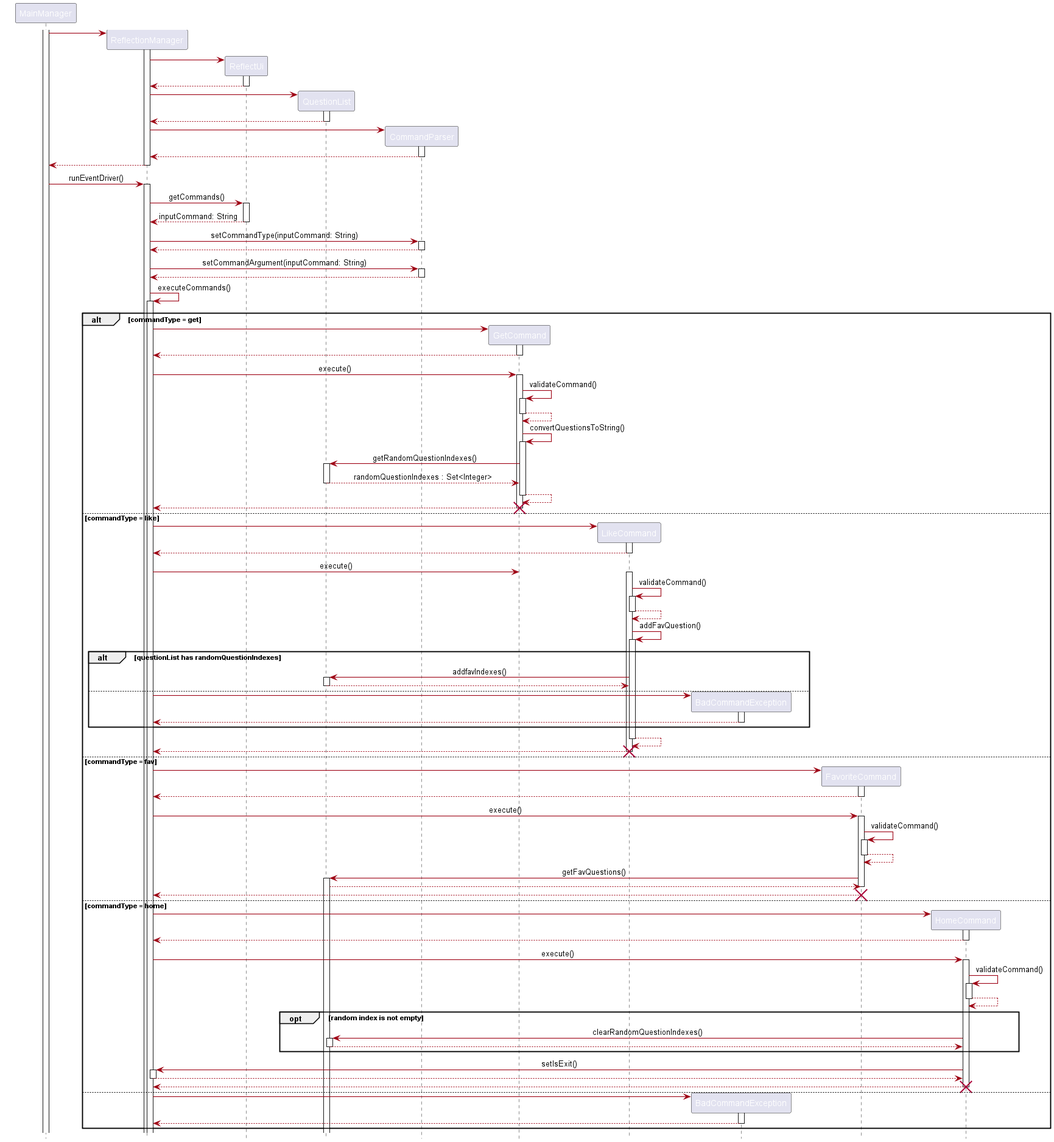
The PlantUML diagram docs/diagrams/ReflectionSequenceDiagram.png in wenxin-c/tp, before a commit. Its diagram source:
```plantuml
@startuml
!include style.puml
skinparam arrowThickness 1.1
skinparam arrowColor MODEL_COLOR
skinparam classBackgroundColor MODEL_COLOR
hide footbox

activate MainManager

create ReflectionManager
MainManager -> ReflectionManager
activate ReflectionManager

create ReflectUi
ReflectionManager -> ReflectUi
activate ReflectUi
ReflectUi --> ReflectionManager
deactivate ReflectUi

create QuestionList
ReflectionManager -> QuestionList
activate QuestionList
QuestionList --> ReflectionManager
deactivate QuestionList

create CommandParser
ReflectionManager -> CommandParser
activate CommandParser
CommandParser --> ReflectionManager
deactivate CommandParser

ReflectionManager --> MainManager
deactivate ReflectionManager

MainManager -> ReflectionManager : runEventDriver()
activate ReflectionManager

ReflectionManager -> ReflectUi : getCommands()
activate ReflectUi
ReflectUi --> ReflectionManager : inputCommand: String
deactivate ReflectUi

ReflectionManager -> CommandParser : setCommandType(inputCommand: String)
activate CommandParser
CommandParser --> ReflectionManager
deactivate CommandParser

ReflectionManager -> CommandParser : setCommandArgument(inputCommand: String)
activate CommandParser
CommandParser --> ReflectionManager
deactivate CommandParser

ReflectionManager -> ReflectionManager : executeCommands()
activate ReflectionManager
    alt commandType = get
        create GetCommand
        ReflectionManager -> GetCommand
        activate GetCommand
        GetCommand --> ReflectionManager
        deactivate GetCommand

        ReflectionManager -> GetCommand : execute()
        activate GetCommand
        GetCommand -> GetCommand : validateCommand()
        activate GetCommand
        GetCommand --> GetCommand
        deactivate GetCommand
        GetCommand -> GetCommand : convertQuestionsToString()
        activate GetCommand
            GetCommand -> QuestionList : getRandomQuestionIndexes()
            activate QuestionList
            QuestionList --> GetCommand : randomQuestionIndexes : Set<Integer>
            deactivate QuestionList
        GetCommand --> GetCommand
        deactivate GetCommand

        GetCommand --> ReflectionManager
        deactivate GetCommand
        destroy GetCommand

    else commandType = like
        create LikeCommand
        ReflectionManager -> LikeCommand
        activate LikeCommand
        LikeCommand --> ReflectionManager
        deactivate LikeCommand

        ReflectionManager -> GetCommand : execute()
        activate LikeCommand
        LikeCommand -> LikeCommand : validateCommand()
        activate LikeCommand
        LikeCommand --> LikeCommand
        deactivate LikeCommand
        LikeCommand -> LikeCommand : addFavQuestion()
        activate LikeCommand
            alt questionList has randomQuestionIndexes
                LikeCommand -> QuestionList : addfavIndexes()
                activate QuestionList
                QuestionList --> LikeCommand
                deactivate QuestionList
            else
                create BadCommandException
                ReflectionManager -> BadCommandException
                activate BadCommandException
                BadCommandException --> ReflectionManager
                deactivate BadCommandException
            end
        LikeCommand --> LikeCommand
        deactivate LikeCommand

        LikeCommand --> ReflectionManager
        deactivate LikeCommand
        destroy LikeCommand

    else commandType = fav
        create FavoriteCommand
        ReflectionManager -> FavoriteCommand
        activate FavoriteCommand
        FavoriteCommand --> ReflectionManager
        deactivate FavoriteCommand

        ReflectionManager -> FavoriteCommand : execute()
        activate FavoriteCommand
        FavoriteCommand -> FavoriteCommand : validateCommand()
        activate FavoriteCommand
        FavoriteCommand --> FavoriteCommand
        deactivate FavoriteCommand
        FavoriteCommand -> QuestionList : getFavQuestions()
        activate QuestionList
        QuestionList --> FavoriteCommand
        deactivate FavoriteCommand

        FavoriteCommand --> ReflectionManager
        deactivate FavoriteCommand
        destroy FavoriteCommand

    else commandType = home
        create HomeCommand
        ReflectionManager -> HomeCommand
        activate HomeCommand
        HomeCommand --> ReflectionManager
        deactivate HomeCommand

        ReflectionManager -> HomeCommand : execute()
        activate HomeCommand
        HomeCommand -> HomeCommand : validateCommand()
        activate HomeCommand
        HomeCommand --> HomeCommand
        deactivate HomeCommand
            opt random index is not empty
            HomeCommand -> QuestionList : clearRandomQuestionIndexes()
            activate QuestionList
            QuestionList --> HomeCommand
            deactivate QuestionList
            end
        HomeCommand -> ReflectionManager : setIsExit()
        activate ReflectionManager
        ReflectionManager --> HomeCommand
        deactivate ReflectionManager

        HomeCommand --> ReflectionManager
        deactivate HomeCommand
        destroy HomeCommand

    else
        create BadCommandException
        ReflectionManager -> BadCommandException
        activate BadCommandException
        BadCommandException --> ReflectionManager
        deactivate BadCommandException
    end



@enduml
```
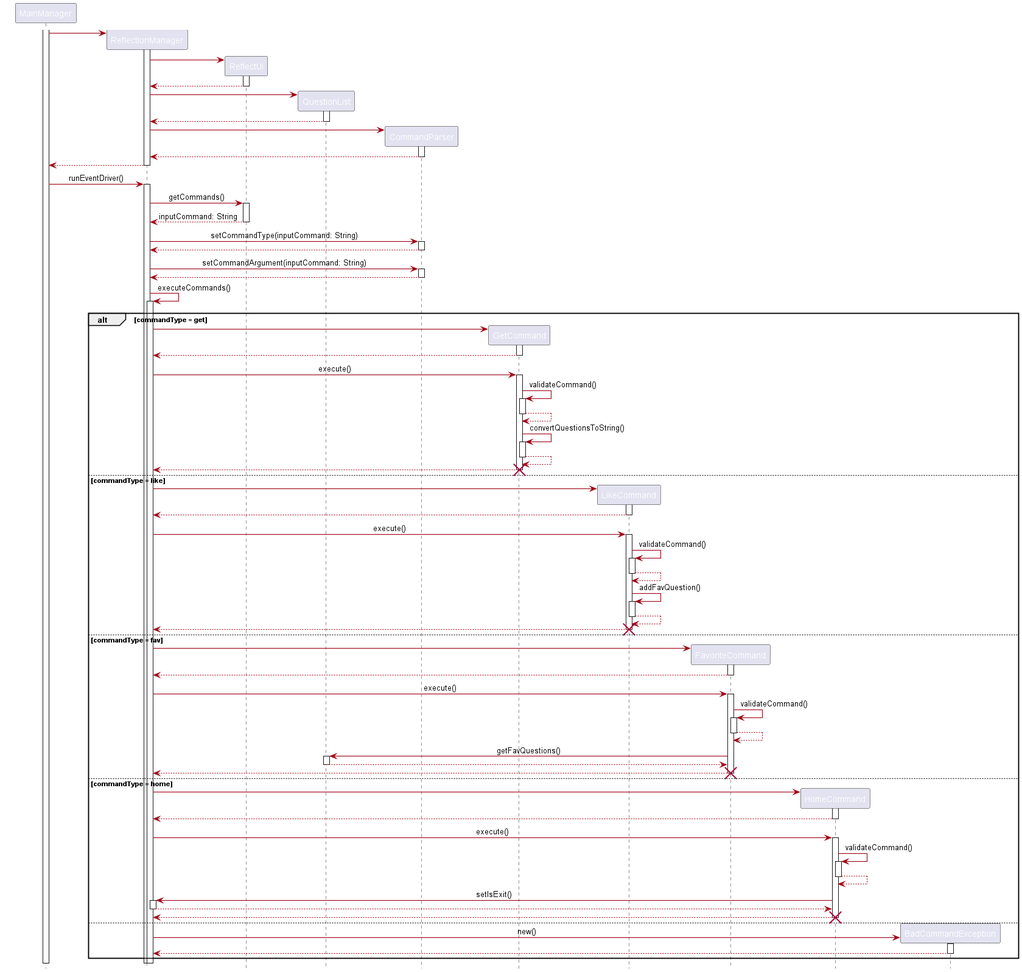
After the change.

Commit message:
Update sequence diagram

Diff of the diagram source:
```diff
@@ -67,10 +67,6 @@
         deactivate GetCommand
         GetCommand -> GetCommand : convertQuestionsToString()
         activate GetCommand
-            GetCommand -> QuestionList : getRandomQuestionIndexes()
-            activate QuestionList
-            QuestionList --> GetCommand : randomQuestionIndexes : Set<Integer>
-            deactivate QuestionList
         GetCommand --> GetCommand
         deactivate GetCommand
 
@@ -85,7 +81,7 @@
         LikeCommand --> ReflectionManager
         deactivate LikeCommand
 
-        ReflectionManager -> GetCommand : execute()
+        ReflectionManager -> LikeCommand : execute()
         activate LikeCommand
         LikeCommand -> LikeCommand : validateCommand()
         activate LikeCommand
@@ -93,18 +89,6 @@
         deactivate LikeCommand
         LikeCommand -> LikeCommand : addFavQuestion()
         activate LikeCommand
-            alt questionList has randomQuestionIndexes
-                LikeCommand -> QuestionList : addfavIndexes()
-                activate QuestionList
-                QuestionList --> LikeCommand
-                deactivate QuestionList
-            else
-                create BadCommandException
-                ReflectionManager -> BadCommandException
-                activate BadCommandException
-                BadCommandException --> ReflectionManager
-                deactivate BadCommandException
-            end
         LikeCommand --> LikeCommand
         deactivate LikeCommand
 
@@ -128,7 +112,7 @@
         FavoriteCommand -> QuestionList : getFavQuestions()
         activate QuestionList
         QuestionList --> FavoriteCommand
-        deactivate FavoriteCommand
+        deactivate QuestionList
 
         FavoriteCommand --> ReflectionManager
         deactivate FavoriteCommand
@@ -147,12 +131,7 @@
         activate HomeCommand
         HomeCommand --> HomeCommand
         deactivate HomeCommand
-            opt random index is not empty
-            HomeCommand -> QuestionList : clearRandomQuestionIndexes()
-            activate QuestionList
-            QuestionList --> HomeCommand
-            deactivate QuestionList
-            end
+
         HomeCommand -> ReflectionManager : setIsExit()
         activate ReflectionManager
         ReflectionManager --> HomeCommand
@@ -164,12 +143,9 @@
 
     else
         create BadCommandException
-        ReflectionManager -> BadCommandException
+        ReflectionManager -> BadCommandException : new()
         activate BadCommandException
         BadCommandException --> ReflectionManager
         deactivate BadCommandException
     end
-
-
-
 @enduml
```
